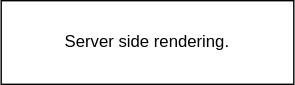
sheenarbw/pres-2024-escconf-playwright keeps this draw.io diagram as images/fullstack2.drawio.svg. Above is the earlier version. Source tidied: cells renumbered, new cells last; positions are measured from the earlier drawing's top-left corner, leaving out a move shared by most shapes.
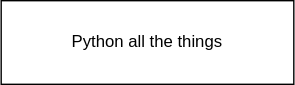
After the commit.

Diff of the diagram source:
```diff
@@ -2,7 +2,7 @@
   <root>
     <mxCell id="0" />
     <mxCell id="1" parent="0" />
-    <mxCell id="2" value="Server side rendering." style="rounded=0;whiteSpace=wrap;html=1;" parent="1" vertex="1">
+    <mxCell id="2" value="Python all the things" style="rounded=0;whiteSpace=wrap;html=1;" parent="1" vertex="1">
       <mxGeometry width="210" height="60" as="geometry" />
     </mxCell>
   </root>
```
